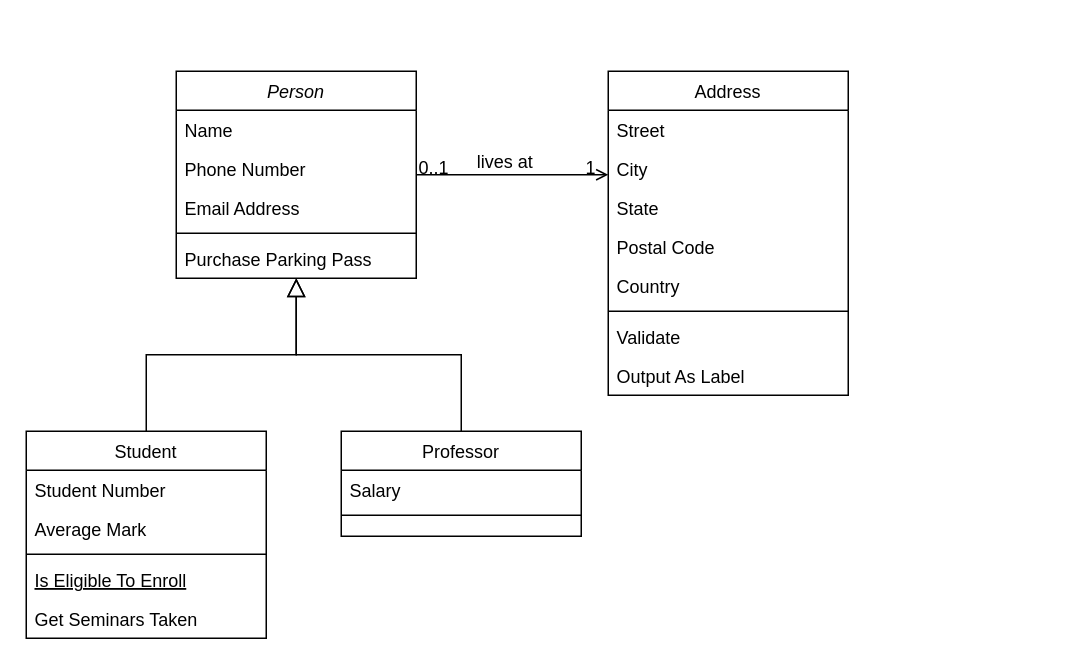
This is persona.drawio from bielriera738/ENTORNOS, a draw.io file, before an edit. Source tidied: cells renumbered, new cells numbered last; positions are measured from the earlier drawing's top-left corner, leaving out a move shared by most shapes. Both pictures are drawn from the tidied source at 150%, with x=0, y=0 at pixel (26, 70).
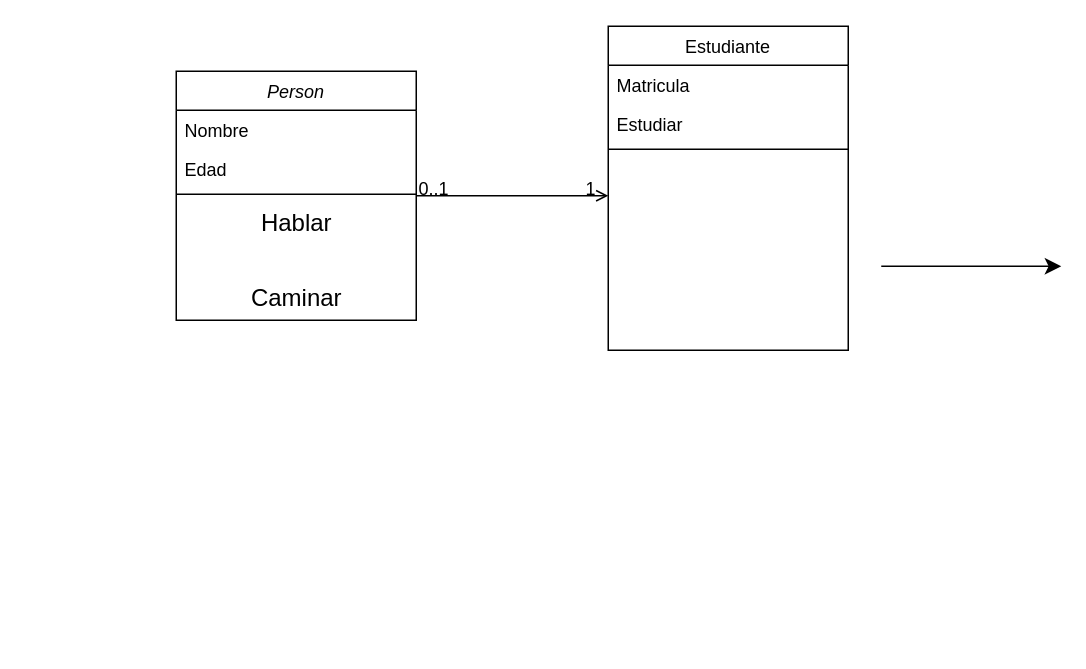
Above is the later version.

The change refers to these unchanged cells:
```xml
<mxCell id="28" style="endArrow=open;shadow=0;strokeWidth=1;rounded=0;curved=0;endFill=1;edgeStyle=elbowEdgeStyle;elbow=vertical;" parent="1" edge="1" source="2" target="19">
  <mxGeometry x="0.5" y="41" relative="1" as="geometry">
    <mxPoint x="-40" y="32" as="offset" />
  </mxGeometry>
</mxCell>
```

The edit, as a diff of the source:
```diff
@@
     <mxCell id="2" value="Person" style="swimlane;fontStyle=2;align=center;verticalAlign=top;horizontal=1;startSize=26;rounded=0;shadow=0;strokeWidth=1;" parent="1" vertex="1">
-      <mxGeometry x="100" width="160" height="138" as="geometry" />
+      <mxGeometry x="100" width="160" height="166" as="geometry" />
     </mxCell>
-    <mxCell id="3" value="Name" style="text;align=left;verticalAlign=top;spacingLeft=4;spacingRight=4;overflow=hidden;" parent="2" vertex="1">
+    <mxCell id="3" value="Nombre" style="text;align=left;verticalAlign=top;spacingLeft=4;spacingRight=4;overflow=hidden;" parent="2" vertex="1">
       <mxGeometry y="26" width="160" height="26" as="geometry" />
     </mxCell>
-    <mxCell id="4" value="Phone Number" style="text;align=left;verticalAlign=top;spacingLeft=4;spacingRight=4;overflow=hidden;rounded=0;shadow=0;html=0;" parent="2" vertex="1">
+    <mxCell id="4" value="Edad" style="text;align=left;verticalAlign=top;spacingLeft=4;spacingRight=4;overflow=hidden;rounded=0;shadow=0;html=0;" parent="2" vertex="1">
       <mxGeometry y="52" width="160" height="26" as="geometry" />
     </mxCell>
-    <mxCell id="5" value="Email Address" style="text;align=left;verticalAlign=top;spacingLeft=4;spacingRight=4;overflow=hidden;rounded=0;shadow=0;html=0;" parent="2" vertex="1">
-      <mxGeometry y="78" width="160" height="26" as="geometry" />
-    </mxCell>
     <mxCell id="6" style="line;html=1;strokeWidth=1;align=left;verticalAlign=middle;spacingTop=-1;spacingLeft=3;spacingRight=3;labelPosition=right;" parent="2" vertex="1">
-      <mxGeometry y="104" width="160" height="8" as="geometry" />
+      <mxGeometry y="78" width="160" height="8" as="geometry" />
     </mxCell>
-    <mxCell id="7" value="Purchase Parking Pass" style="text;align=left;verticalAlign=top;spacingLeft=4;spacingRight=4;overflow=hidden;" parent="2" vertex="1">
-      <mxGeometry y="112" width="160" height="26" as="geometry" />
-    </mxCell>
-    <mxCell id="8" value="Student" style="swimlane;fontStyle=0;align=center;verticalAlign=top;horizontal=1;startSize=26;rounded=0;shadow=0;strokeWidth=1;" parent="1" vertex="1">
-      <mxGeometry y="240" width="160" height="138" as="geometry" />
-    </mxCell>
-    <mxCell id="9" value="Student Number" style="text;align=left;verticalAlign=top;spacingLeft=4;spacingRight=4;overflow=hidden;" parent="8" vertex="1">
-      <mxGeometry y="26" width="160" height="26" as="geometry" />
-    </mxCell>
-    <mxCell id="10" value="Average Mark" style="text;align=left;verticalAlign=top;spacingLeft=4;spacingRight=4;overflow=hidden;rounded=0;shadow=0;html=0;" parent="8" vertex="1">
-      <mxGeometry y="52" width="160" height="26" as="geometry" />
-    </mxCell>
-    <mxCell id="11" style="line;html=1;strokeWidth=1;align=left;verticalAlign=middle;spacingTop=-1;spacingLeft=3;spacingRight=3;labelPosition=right;" parent="8" vertex="1">
-      <mxGeometry y="78" width="160" height="8" as="geometry" />
-    </mxCell>
-    <mxCell id="12" value="Is Eligible To Enroll" style="text;align=left;verticalAlign=top;spacingLeft=4;spacingRight=4;overflow=hidden;fontStyle=4;" parent="8" vertex="1">
-      <mxGeometry y="86" width="160" height="26" as="geometry" />
-    </mxCell>
-    <mxCell id="13" value="Get Seminars Taken" style="text;align=left;verticalAlign=top;spacingLeft=4;spacingRight=4;overflow=hidden;" parent="8" vertex="1">
-      <mxGeometry y="112" width="160" height="26" as="geometry" />
-    </mxCell>
-    <mxCell id="14" style="endArrow=block;endSize=10;endFill=0;shadow=0;strokeWidth=1;rounded=0;curved=0;edgeStyle=elbowEdgeStyle;elbow=vertical;" parent="1" edge="1" source="8" target="2">
-      <mxGeometry relative="1" as="geometry" />
-    </mxCell>
-    <mxCell id="15" value="Professor" style="swimlane;fontStyle=0;align=center;verticalAlign=top;horizontal=1;startSize=26;rounded=0;shadow=0;strokeWidth=1;" parent="1" vertex="1">
-      <mxGeometry x="210" y="240" width="160" height="70" as="geometry" />
-    </mxCell>
-    <mxCell id="16" value="Salary" style="text;align=left;verticalAlign=top;spacingLeft=4;spacingRight=4;overflow=hidden;" parent="15" vertex="1">
-      <mxGeometry y="26" width="160" height="26" as="geometry" />
-    </mxCell>
-    <mxCell id="17" style="line;html=1;strokeWidth=1;align=left;verticalAlign=middle;spacingTop=-1;spacingLeft=3;spacingRight=3;labelPosition=right;" parent="15" vertex="1">
-      <mxGeometry y="52" width="160" height="8" as="geometry" />
-    </mxCell>
-    <mxCell id="18" style="endArrow=block;endSize=10;endFill=0;shadow=0;strokeWidth=1;rounded=0;curved=0;edgeStyle=elbowEdgeStyle;elbow=vertical;" parent="1" edge="1" source="15" target="2">
-      <mxGeometry relative="1" as="geometry" />
-    </mxCell>
+    <mxCell id="32" value="Hablar&lt;div&gt;&lt;br&gt;&lt;/div&gt;" style="text;html=1;align=center;verticalAlign=middle;strokeColor=none;fillColor=none;fontSize=16;" parent="2" vertex="1">
+      <mxGeometry y="86" width="160" height="50" as="geometry" />
+    </mxCell>
+    <mxCell id="33" value="Caminar" style="text;html=1;align=center;verticalAlign=middle;strokeColor=none;fillColor=none;fontSize=16;" parent="2" vertex="1">
+      <mxGeometry y="136" width="160" height="30" as="geometry" />
+    </mxCell>
-    <mxCell id="19" value="Address" style="swimlane;fontStyle=0;align=center;verticalAlign=top;horizontal=1;startSize=26;rounded=0;shadow=0;strokeWidth=1;" parent="1" vertex="1">
-      <mxGeometry x="388" width="160" height="216" as="geometry" />
+    <mxCell id="19" value="Estudiante" style="swimlane;fontStyle=0;align=center;verticalAlign=top;horizontal=1;startSize=26;rounded=0;shadow=0;strokeWidth=1;" parent="1" vertex="1">
+      <mxGeometry x="388" y="-30" width="160" height="216" as="geometry" />
     </mxCell>
-    <mxCell id="20" value="Street" style="text;align=left;verticalAlign=top;spacingLeft=4;spacingRight=4;overflow=hidden;" parent="19" vertex="1">
+    <mxCell id="20" value="Matricula" style="text;align=left;verticalAlign=top;spacingLeft=4;spacingRight=4;overflow=hidden;" parent="19" vertex="1">
       <mxGeometry y="26" width="160" height="26" as="geometry" />
     </mxCell>
-    <mxCell id="21" value="City" style="text;align=left;verticalAlign=top;spacingLeft=4;spacingRight=4;overflow=hidden;rounded=0;shadow=0;html=0;" parent="19" vertex="1">
+    <mxCell id="21" value="Estudiar" style="text;align=left;verticalAlign=top;spacingLeft=4;spacingRight=4;overflow=hidden;rounded=0;shadow=0;html=0;" parent="19" vertex="1">
       <mxGeometry y="52" width="160" height="26" as="geometry" />
     </mxCell>
-    <mxCell id="22" value="State" style="text;align=left;verticalAlign=top;spacingLeft=4;spacingRight=4;overflow=hidden;rounded=0;shadow=0;html=0;" parent="19" vertex="1">
-      <mxGeometry y="78" width="160" height="26" as="geometry" />
-    </mxCell>
-    <mxCell id="23" value="Postal Code" style="text;align=left;verticalAlign=top;spacingLeft=4;spacingRight=4;overflow=hidden;rounded=0;shadow=0;html=0;" parent="19" vertex="1">
-      <mxGeometry y="104" width="160" height="26" as="geometry" />
-    </mxCell>
-    <mxCell id="24" value="Country" style="text;align=left;verticalAlign=top;spacingLeft=4;spacingRight=4;overflow=hidden;rounded=0;shadow=0;html=0;" parent="19" vertex="1">
-      <mxGeometry y="130" width="160" height="26" as="geometry" />
-    </mxCell>
     <mxCell id="25" style="line;html=1;strokeWidth=1;align=left;verticalAlign=middle;spacingTop=-1;spacingLeft=3;spacingRight=3;labelPosition=right;" parent="19" vertex="1">
-      <mxGeometry y="156" width="160" height="8" as="geometry" />
+      <mxGeometry y="78" width="160" height="8" as="geometry" />
     </mxCell>
-    <mxCell id="26" value="Validate" style="text;align=left;verticalAlign=top;spacingLeft=4;spacingRight=4;overflow=hidden;" parent="19" vertex="1">
-      <mxGeometry y="164" width="160" height="26" as="geometry" />
-    </mxCell>
-    <mxCell id="27" value="Output As Label" style="text;align=left;verticalAlign=top;spacingLeft=4;spacingRight=4;overflow=hidden;" parent="19" vertex="1">
-      <mxGeometry y="190" width="160" height="26" as="geometry" />
-    </mxCell>
@@
-    <mxCell id="31" value="lives at" style="text;html=1;align=center;verticalAlign=middle;labelBackgroundColor=none;rounded=0;shadow=0;strokeWidth=1;fontSize=12;" parent="28" vertex="1">
-      <mxGeometry x="0.5" y="49" relative="1" as="geometry">
-        <mxPoint x="-38" y="40" as="offset" />
-      </mxGeometry>
-    </mxCell>
+    <mxCell id="34" style="edgeStyle=none;orthogonalLoop=1;jettySize=auto;html=1;rounded=0;fontSize=12;startSize=8;endSize=8;curved=1;" parent="1" edge="1">
+      <mxGeometry relative="1" as="geometry">
+        <mxPoint x="570" y="130" as="sourcePoint" />
+        <mxPoint x="690" y="130" as="targetPoint" />
+      </mxGeometry>
+    </mxCell>
```
